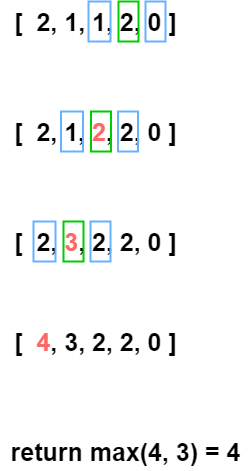
ashiven/leetcode-solutions keeps this draw.io diagram as Python3/img/HouseRobber.png. Above is the earlier version. Source tidied: cells renumbered, new cells last; positions are measured from the earlier drawing's top-left corner, leaving out a move shared by most shapes. The source it was exported from:
```xml
<mxGraphModel>
  <root>
    <mxCell id="0" />
    <mxCell id="1" parent="0" />
    <mxCell id="2" value="[&amp;nbsp; 2, 1, 1, 2, 0 ]" style="text;html=1;align=center;verticalAlign=middle;strokeColor=none;fillColor=none;fontSize=25;fontStyle=1;" parent="1" vertex="1">
      <mxGeometry width="190" height="40" as="geometry" />
    </mxCell>
    <mxCell id="3" style="rounded=0;whiteSpace=wrap;html=1;fillColor=none;strokeWidth=2;strokeColor=#66B2FF;" parent="1" vertex="1">
      <mxGeometry x="88" width="22" height="40" as="geometry" />
    </mxCell>
    <mxCell id="4" value="[&amp;nbsp; 2, 1, &lt;font color=&quot;#ff6666&quot;&gt;2&lt;/font&gt;, 2, 0 ]" style="text;html=1;align=center;verticalAlign=middle;strokeColor=none;fillColor=none;fontSize=25;fontStyle=1;" parent="1" vertex="1">
      <mxGeometry y="110" width="190" height="40" as="geometry" />
    </mxCell>
    <mxCell id="5" value="[&amp;nbsp; 2, &lt;font color=&quot;#ff6666&quot;&gt;3&lt;/font&gt;, 2, 2, 0 ]" style="text;html=1;align=center;verticalAlign=middle;strokeColor=none;fillColor=none;fontSize=25;fontStyle=1;" parent="1" vertex="1">
      <mxGeometry y="220" width="190" height="40" as="geometry" />
    </mxCell>
    <mxCell id="6" value="[&amp;nbsp; &lt;font color=&quot;#ff6666&quot;&gt;4&lt;/font&gt;, 3, 2, 2, 0 ]" style="text;html=1;align=center;verticalAlign=middle;strokeColor=none;fillColor=none;fontSize=25;fontStyle=1;" parent="1" vertex="1">
      <mxGeometry y="320" width="190" height="40" as="geometry" />
    </mxCell>
    <mxCell id="7" style="rounded=0;whiteSpace=wrap;html=1;fillColor=none;strokeWidth=2;strokeColor=#66B2FF;" parent="1" vertex="1">
      <mxGeometry x="145" width="20" height="40" as="geometry" />
    </mxCell>
    <mxCell id="8" style="rounded=0;whiteSpace=wrap;html=1;fillColor=none;strokeWidth=2;strokeColor=#00CC00;" parent="1" vertex="1">
      <mxGeometry x="118" width="20" height="40" as="geometry" />
    </mxCell>
    <mxCell id="9" style="rounded=0;whiteSpace=wrap;html=1;fillColor=none;strokeWidth=2;strokeColor=#66B2FF;" parent="1" vertex="1">
      <mxGeometry x="33" y="220" width="22" height="40" as="geometry" />
    </mxCell>
    <mxCell id="10" style="rounded=0;whiteSpace=wrap;html=1;fillColor=none;strokeWidth=2;strokeColor=#66B2FF;" parent="1" vertex="1">
      <mxGeometry x="90" y="220" width="20" height="40" as="geometry" />
    </mxCell>
    <mxCell id="11" style="rounded=0;whiteSpace=wrap;html=1;fillColor=none;strokeWidth=2;strokeColor=#00CC00;" parent="1" vertex="1">
      <mxGeometry x="63" y="220" width="20" height="40" as="geometry" />
    </mxCell>
    <mxCell id="12" style="rounded=0;whiteSpace=wrap;html=1;fillColor=none;strokeWidth=2;strokeColor=#66B2FF;" parent="1" vertex="1">
      <mxGeometry x="60.5" y="110" width="22" height="40" as="geometry" />
    </mxCell>
    <mxCell id="13" style="rounded=0;whiteSpace=wrap;html=1;fillColor=none;strokeWidth=2;strokeColor=#66B2FF;" parent="1" vertex="1">
      <mxGeometry x="117.5" y="110" width="20" height="40" as="geometry" />
    </mxCell>
    <mxCell id="14" style="rounded=0;whiteSpace=wrap;html=1;fillColor=none;strokeWidth=2;strokeColor=#00CC00;" parent="1" vertex="1">
      <mxGeometry x="90.5" y="110" width="20" height="40" as="geometry" />
    </mxCell>
    <mxCell id="15" value="return max(4, 3) = 4" style="text;html=1;align=center;verticalAlign=middle;strokeColor=none;fillColor=none;fontSize=25;fontStyle=1;" parent="1" vertex="1">
      <mxGeometry y="430" width="250" height="40" as="geometry" />
    </mxCell>
  </root>
</mxGraphModel>
```
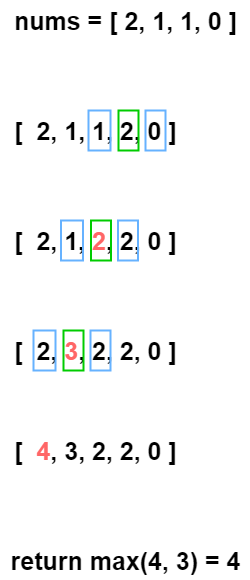
Above is the later version.

Change to the diagram source:
```diff
@@ -44,5 +44,8 @@
     <mxCell id="15" value="return max(4, 3) = 4" style="text;html=1;align=center;verticalAlign=middle;strokeColor=none;fillColor=none;fontSize=25;fontStyle=1;" parent="1" vertex="1">
       <mxGeometry y="430" width="250" height="40" as="geometry" />
     </mxCell>
+    <mxCell id="16" value="nums = [ 2, 1, 1, 0 ]" style="text;html=1;align=center;verticalAlign=middle;strokeColor=none;fillColor=none;fontSize=25;fontStyle=1;" parent="1" vertex="1">
+      <mxGeometry y="-110" width="250" height="40" as="geometry" />
+    </mxCell>
   </root>
 </mxGraphModel>
```
